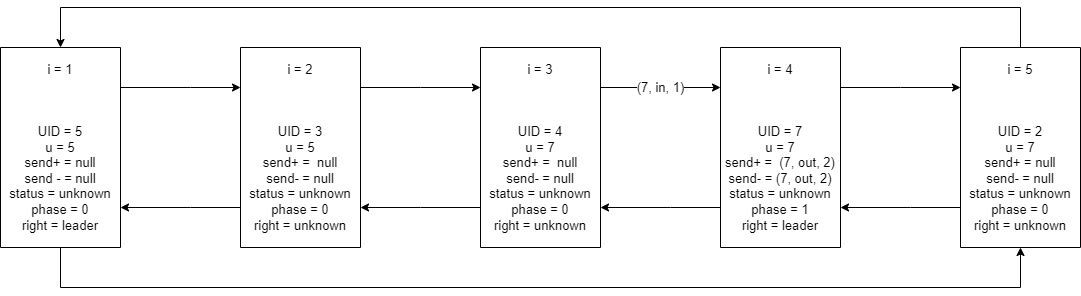
This is tods/03-tods.drawio.png from h1tlan/tods_first_exercise, a draw.io export, as it was before one commit. Source tidied: cells renumbered, new cells last; positions are measured from the earlier drawing's top-left corner, leaving out a move shared by most shapes.
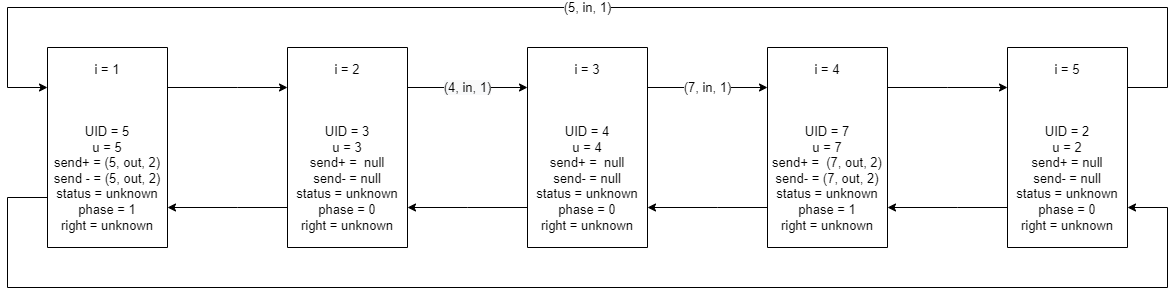
The same file after the commit.

Change to the diagram source:
```diff
@@ -13,12 +13,14 @@
     <mxCell id="3" style="edgeStyle=orthogonalEdgeStyle;rounded=0;jettySize=auto;html=1;labelBorderColor=none;fontSize=13;" parent="1" edge="1" source="4" target="16">
       <mxGeometry relative="1" as="geometry">
         <Array as="points">
-          <mxPoint x="60" y="280" />
-          <mxPoint x="1020" y="280" />
+          <mxPoint x="-40" y="190" />
+          <mxPoint x="-40" y="280" />
+          <mxPoint x="1120" y="280" />
+          <mxPoint x="1120" y="200" />
         </Array>
       </mxGeometry>
     </mxCell>
-    <mxCell id="4" value="i = 1&lt;br&gt;&lt;br&gt;&lt;br&gt;&lt;br&gt;UID = 5&lt;br&gt;u = 5&lt;br&gt;send+ = null&lt;br&gt;send - = null&lt;br&gt;status = unknown&lt;br&gt;phase = 0&lt;br&gt;right = leader" style="rounded=0;whiteSpace=wrap;html=1;fontSize=13;direction=south;" parent="1" vertex="1">
+    <mxCell id="4" value="i = 1&lt;br&gt;&lt;br&gt;&lt;br&gt;&lt;br&gt;UID = 5&lt;br&gt;u = 5&lt;br&gt;send+ = (5, out, 2)&lt;br&gt;send - = (5, out, 2)&lt;br&gt;status = unknown&lt;br&gt;phase = 1&lt;br&gt;right = unknown" style="rounded=0;whiteSpace=wrap;html=1;fontSize=13;direction=south;" parent="1" vertex="1">
       <mxGeometry y="40" width="120" height="200" as="geometry" />
     </mxCell>
     <mxCell id="5" style="edgeStyle=orthogonalEdgeStyle;rounded=0;jettySize=auto;html=1;labelBorderColor=none;fontSize=13;" parent="1" edge="1" source="7" target="4">
@@ -29,7 +31,7 @@
         </Array>
       </mxGeometry>
     </mxCell>
-    <mxCell id="6" style="edgeStyle=orthogonalEdgeStyle;rounded=0;jettySize=auto;html=1;labelBorderColor=none;fontSize=13;" parent="1" edge="1" source="7" target="10">
+    <mxCell id="6" value="&#10;&#10;&lt;span style=&quot;color: rgb(0, 0, 0); font-family: helvetica; font-size: 13px; font-style: normal; font-weight: 400; letter-spacing: normal; text-align: center; text-indent: 0px; text-transform: none; word-spacing: 0px; background-color: rgb(248, 249, 250); display: inline; float: none;&quot;&gt;(4, in, 1)&lt;/span&gt;&#10;&#10;" style="edgeStyle=orthogonalEdgeStyle;rounded=0;jettySize=auto;html=1;labelBorderColor=none;fontSize=13;" parent="1" edge="1" source="7" target="10">
       <mxGeometry relative="1" as="geometry">
         <Array as="points">
           <mxPoint x="420" y="80" />
@@ -37,7 +39,7 @@
         </Array>
       </mxGeometry>
     </mxCell>
-    <mxCell id="7" value="i = 2&lt;br&gt;&lt;br&gt;&lt;br&gt;&lt;br&gt;UID = 3&lt;br&gt;u = 5&lt;br&gt;send+ =&amp;nbsp; null&lt;br&gt;send- = null&lt;br&gt;status = unknown&lt;br&gt;phase = 0&lt;br&gt;right = unknown" style="rounded=0;whiteSpace=wrap;html=1;fontSize=13;direction=south;" parent="1" vertex="1">
+    <mxCell id="7" value="i = 2&lt;br&gt;&lt;br&gt;&lt;br&gt;&lt;br&gt;UID = 3&lt;br&gt;u = 3&lt;br&gt;send+ =&amp;nbsp; null&lt;br&gt;send- = null&lt;br&gt;status = unknown&lt;br&gt;phase = 0&lt;br&gt;right = unknown" style="rounded=0;whiteSpace=wrap;html=1;fontSize=13;direction=south;" parent="1" vertex="1">
       <mxGeometry x="240" y="40" width="120" height="200" as="geometry" />
     </mxCell>
     <mxCell id="8" style="edgeStyle=orthogonalEdgeStyle;rounded=0;jettySize=auto;html=1;labelBorderColor=none;fontSize=13;" parent="1" edge="1" source="10" target="7">
@@ -56,7 +58,7 @@
         </Array>
       </mxGeometry>
     </mxCell>
-    <mxCell id="10" value="i = 3&lt;br&gt;&lt;br&gt;&lt;br&gt;&lt;br&gt;UID = 4&lt;br&gt;u = 7&lt;br&gt;send+ =&amp;nbsp; null&lt;br&gt;send- = null&lt;br&gt;status = unknown&lt;br&gt;phase = 0&lt;br&gt;right = unknown" style="rounded=0;whiteSpace=wrap;html=1;fontSize=13;direction=south;" parent="1" vertex="1">
+    <mxCell id="10" value="i = 3&lt;br&gt;&lt;br&gt;&lt;br&gt;&lt;br&gt;UID = 4&lt;br&gt;u = 4&lt;br&gt;send+ =&amp;nbsp; null&lt;br&gt;send- = null&lt;br&gt;status = unknown&lt;br&gt;phase = 0&lt;br&gt;right = unknown" style="rounded=0;whiteSpace=wrap;html=1;fontSize=13;direction=south;" parent="1" vertex="1">
       <mxGeometry x="480" y="40" width="120" height="200" as="geometry" />
     </mxCell>
     <mxCell id="11" style="edgeStyle=orthogonalEdgeStyle;rounded=0;jettySize=auto;html=1;labelBorderColor=none;fontSize=13;" parent="1" edge="1" source="13" target="10">
@@ -75,7 +77,7 @@
         </Array>
       </mxGeometry>
     </mxCell>
-    <mxCell id="13" value="i = 4&lt;br&gt;&lt;br&gt;&lt;br&gt;&lt;br&gt;UID = 7&lt;br&gt;u = 7&lt;br&gt;send+ =&amp;nbsp; (7, out, 2)&lt;br&gt;send- = (7, out, 2)&lt;br&gt;status = unknown&lt;br&gt;phase = 1&lt;br&gt;right = leader" style="rounded=0;whiteSpace=wrap;html=1;fontSize=13;direction=south;" parent="1" vertex="1">
+    <mxCell id="13" value="i = 4&lt;br&gt;&lt;br&gt;&lt;br&gt;&lt;br&gt;UID = 7&lt;br&gt;u = 7&lt;br&gt;send+ =&amp;nbsp; (7, out, 2)&lt;br&gt;send- = (7, out, 2)&lt;br&gt;status = unknown&lt;br&gt;phase = 1&lt;br&gt;right = unknown" style="rounded=0;whiteSpace=wrap;html=1;fontSize=13;direction=south;" parent="1" vertex="1">
       <mxGeometry x="720" y="40" width="120" height="200" as="geometry" />
     </mxCell>
     <mxCell id="14" style="edgeStyle=orthogonalEdgeStyle;rounded=0;jettySize=auto;html=1;labelBorderColor=none;fontSize=13;" parent="1" edge="1" source="16" target="13">
@@ -86,15 +88,17 @@
         </Array>
       </mxGeometry>
     </mxCell>
-    <mxCell id="15" style="edgeStyle=orthogonalEdgeStyle;rounded=0;jettySize=auto;html=1;labelBorderColor=none;fontSize=13;" parent="1" edge="1" source="16" target="4">
+    <mxCell id="15" value="(5, in, 1)" style="edgeStyle=orthogonalEdgeStyle;rounded=0;jettySize=auto;html=1;labelBorderColor=none;fontSize=13;" parent="1" edge="1" source="16" target="4">
       <mxGeometry relative="1" as="geometry">
         <Array as="points">
-          <mxPoint x="1020" />
-          <mxPoint x="60" />
+          <mxPoint x="1120" y="80" />
+          <mxPoint x="1120" />
+          <mxPoint x="-40" />
+          <mxPoint x="-40" y="80" />
         </Array>
       </mxGeometry>
     </mxCell>
-    <mxCell id="16" value="i = 5&lt;br&gt;&lt;br&gt;&lt;br&gt;&lt;br&gt;UID = 2&lt;br&gt;u = 7&lt;br&gt;send+ = null&lt;br&gt;send- = null&lt;br&gt;status = unknown&lt;br&gt;phase = 0&lt;br&gt;right = unknown" style="rounded=0;whiteSpace=wrap;html=1;fontSize=13;direction=south;" parent="1" vertex="1">
+    <mxCell id="16" value="i = 5&lt;br&gt;&lt;br&gt;&lt;br&gt;&lt;br&gt;UID = 2&lt;br&gt;u = 2&lt;br&gt;send+ = null&lt;br&gt;send- = null&lt;br&gt;status = unknown&lt;br&gt;phase = 0&lt;br&gt;right = unknown" style="rounded=0;whiteSpace=wrap;html=1;fontSize=13;direction=south;" parent="1" vertex="1">
       <mxGeometry x="960" y="40" width="120" height="200" as="geometry" />
     </mxCell>
   </root>
```
